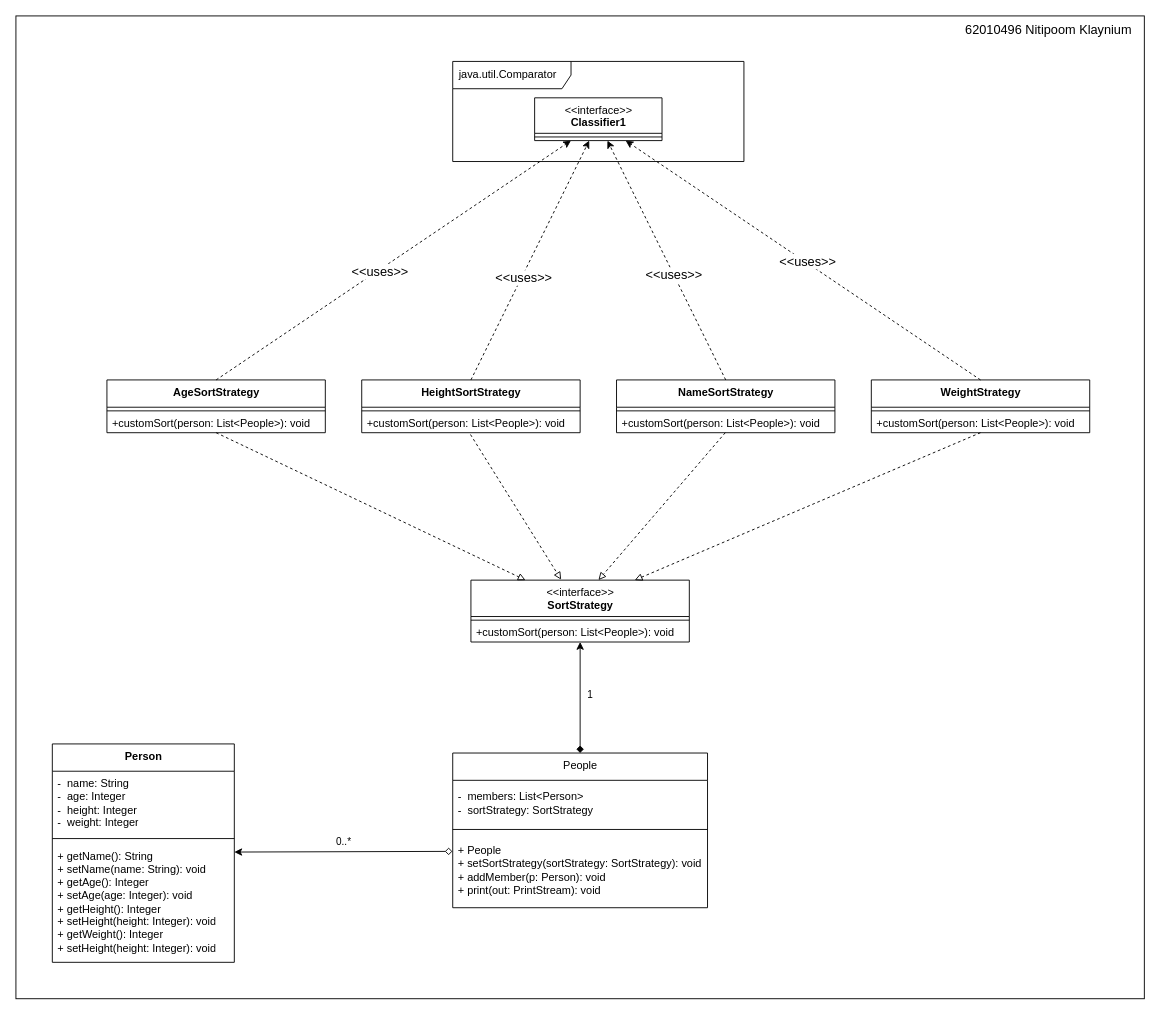
Earlier version of the draw.io diagram Strategy/src/strategy/Class Diagram.drawio.xml (NitipoomKlaynium/SAD). Source tidied: cells renumbered, new cells numbered last; positions are measured from the earlier drawing's top-left corner, leaving out a move shared by most shapes. Both pictures are drawn from the tidied source at 91%, with x=0, y=0 at pixel (15, 15).
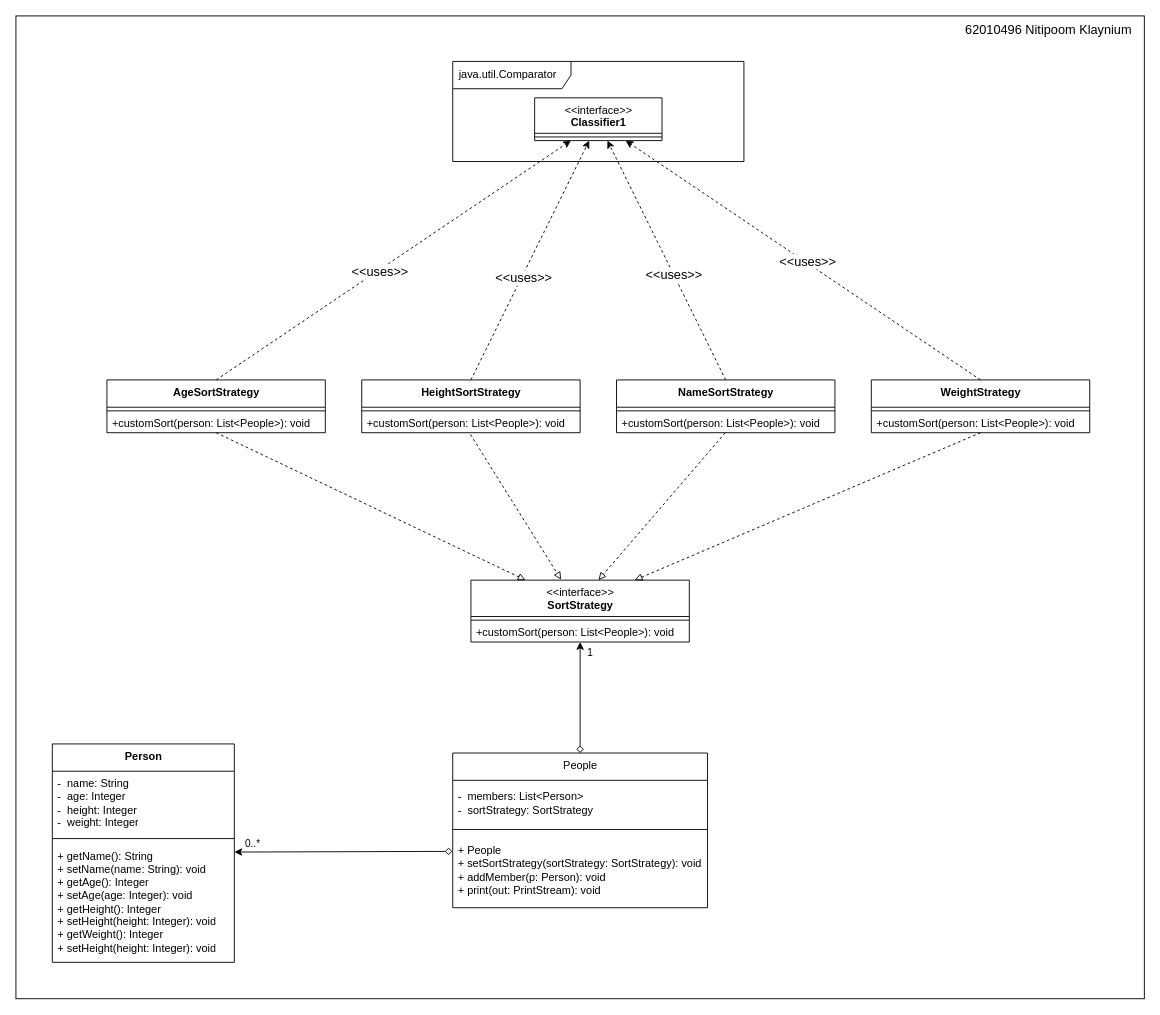
Above is the later version.

The change refers to these unchanged cells:
```xml
<mxCell id="19" value="&amp;lt;&amp;lt;interface&amp;gt;&amp;gt;&lt;br&gt;&lt;b&gt;SortStrategy&lt;/b&gt;" style="swimlane;fontStyle=0;align=center;verticalAlign=top;horizontal=1;startSize=40;html=1;" parent="1" vertex="1">
  <mxGeometry x="500" y="620" width="240" height="68" as="geometry" />
</mxCell>
<mxCell id="22" value="People" style="swimlane;fontStyle=0;align=center;verticalAlign=top;horizontal=1;startSize=30;html=1;" parent="1" vertex="1">
  <mxGeometry x="480" y="810" width="280" height="170" as="geometry" />
</mxCell>
<mxCell id="30" style="endArrow=classic;html=1;rounded=0;entryX=1;entryY=0.082;entryDx=0;entryDy=0;entryPerimeter=0;exitX=-0.001;exitY=0.245;exitDx=0;exitDy=0;exitPerimeter=0;startArrow=diamond;startFill=0;" parent="1" edge="1" source="25" target="29">
  <mxGeometry relative="1" as="geometry" />
</mxCell>
```

What changed in the source:
```diff
@@
     <mxCell id="31" value="0..*" style="edgeLabel;html=1;align=center;verticalAlign=middle;" parent="30" vertex="1">
       <mxGeometry x="0.17" y="-2" relative="1" as="geometry">
-        <mxPoint x="20" y="-9" as="offset" />
+        <mxPoint x="-80" y="-7" as="offset" />
       </mxGeometry>
     </mxCell>
@@
-    <mxCell id="44" style="endArrow=classic;html=1;rounded=0;exitX=0.5;exitY=0;exitDx=0;exitDy=0;entryX=0.5;entryY=1;entryDx=0;entryDy=0;startArrow=diamond;startFill=1;" parent="1" edge="1" source="22" target="19">
+    <mxCell id="44" style="endArrow=classic;html=1;rounded=0;exitX=0.5;exitY=0;exitDx=0;exitDy=0;entryX=0.5;entryY=1;entryDx=0;entryDy=0;startArrow=diamond;startFill=0;" parent="1" edge="1" source="22" target="19">
       <mxGeometry relative="1" as="geometry" />
     </mxCell>
     <mxCell id="45" value="1" style="edgeLabel;html=1;align=center;verticalAlign=middle;" parent="44" vertex="1">
       <mxGeometry x="0.06" y="-1" relative="1" as="geometry">
-        <mxPoint x="9" as="offset" />
+        <mxPoint x="9" y="-46" as="offset" />
       </mxGeometry>
     </mxCell>
```
